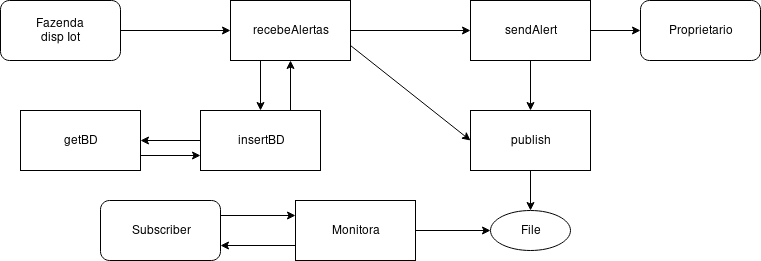
Above: test001/images/Diagrama-Fluxo.png in jonathancardoso/dev-tests (draw.io), before the change. Source tidied: cells renumbered, new cells last; positions are measured from the earlier drawing's top-left corner, leaving out a move shared by most shapes. The source it was exported from:
```xml
<mxGraphModel>
  <root>
    <mxCell id="0" />
    <mxCell id="1" parent="0" />
    <mxCell id="2" value="recebeAlertas" style="rounded=0;whiteSpace=wrap;html=1;" parent="1" vertex="1">
      <mxGeometry x="230" width="120" height="60" as="geometry" />
    </mxCell>
    <mxCell id="3" style="endArrow=classic;html=1;entryX=0;entryY=0.5;entryDx=0;entryDy=0;exitX=1;exitY=0.5;exitDx=0;exitDy=0;" parent="1" edge="1" source="16" target="2">
      <mxGeometry relative="1" as="geometry" />
    </mxCell>
    <mxCell id="4" style="endArrow=classic;html=1;exitX=0.25;exitY=1;exitDx=0;exitDy=0;entryX=0.5;entryY=0;entryDx=0;entryDy=0;" parent="1" edge="1" source="2" target="5">
      <mxGeometry relative="1" as="geometry" />
    </mxCell>
    <mxCell id="5" value="insertBD" style="rounded=0;whiteSpace=wrap;html=1;" parent="1" vertex="1">
      <mxGeometry x="200" y="110" width="120" height="60" as="geometry" />
    </mxCell>
    <mxCell id="6" value="getBD" style="rounded=0;whiteSpace=wrap;html=1;" parent="1" vertex="1">
      <mxGeometry x="20" y="110" width="120" height="60" as="geometry" />
    </mxCell>
    <mxCell id="7" style="endArrow=classic;html=1;exitX=0;exitY=0.5;exitDx=0;exitDy=0;entryX=1;entryY=0.5;entryDx=0;entryDy=0;" parent="1" edge="1" source="5" target="6">
      <mxGeometry relative="1" as="geometry" />
    </mxCell>
    <mxCell id="8" style="endArrow=classic;html=1;exitX=1;exitY=0.75;exitDx=0;exitDy=0;entryX=0;entryY=0.75;entryDx=0;entryDy=0;" parent="1" edge="1" source="6" target="5">
      <mxGeometry relative="1" as="geometry" />
    </mxCell>
    <mxCell id="9" style="endArrow=classic;html=1;exitX=0.75;exitY=0;exitDx=0;exitDy=0;entryX=0.5;entryY=1;entryDx=0;entryDy=0;" parent="1" edge="1" source="5" target="2">
      <mxGeometry relative="1" as="geometry" />
    </mxCell>
    <mxCell id="10" value="sendAlert" style="rounded=0;whiteSpace=wrap;html=1;" parent="1" vertex="1">
      <mxGeometry x="470" width="120" height="60" as="geometry" />
    </mxCell>
    <mxCell id="11" value="publish" style="rounded=0;whiteSpace=wrap;html=1;" parent="1" vertex="1">
      <mxGeometry x="470" y="110" width="120" height="60" as="geometry" />
    </mxCell>
    <mxCell id="12" style="endArrow=classic;html=1;exitX=1;exitY=0.5;exitDx=0;exitDy=0;" parent="1" edge="1" source="2" target="10">
      <mxGeometry relative="1" as="geometry" />
    </mxCell>
    <mxCell id="13" style="endArrow=classic;html=1;exitX=1;exitY=0.75;exitDx=0;exitDy=0;entryX=0;entryY=0.5;entryDx=0;entryDy=0;" parent="1" edge="1" source="2" target="11">
      <mxGeometry relative="1" as="geometry" />
    </mxCell>
    <mxCell id="14" style="endArrow=classic;html=1;exitX=0.5;exitY=1;exitDx=0;exitDy=0;entryX=0.5;entryY=0;entryDx=0;entryDy=0;" parent="1" edge="1" source="10" target="11">
      <mxGeometry relative="1" as="geometry" />
    </mxCell>
    <mxCell id="15" style="endArrow=classic;html=1;exitX=1;exitY=0.5;exitDx=0;exitDy=0;" parent="1" edge="1" source="10" target="17">
      <mxGeometry relative="1" as="geometry" />
    </mxCell>
    <mxCell id="16" value="Fazenda&lt;br&gt;disp Iot" style="rounded=1;whiteSpace=wrap;html=1;" parent="1" vertex="1">
      <mxGeometry width="120" height="60" as="geometry" />
    </mxCell>
    <mxCell id="17" value="Proprietario" style="rounded=1;whiteSpace=wrap;html=1;" parent="1" vertex="1">
      <mxGeometry x="640" width="120" height="60" as="geometry" />
    </mxCell>
    <mxCell id="18" value="Subscriber" style="rounded=1;whiteSpace=wrap;html=1;" parent="1" vertex="1">
      <mxGeometry x="100" y="200" width="120" height="60" as="geometry" />
    </mxCell>
    <mxCell id="19" value="File" style="ellipse;whiteSpace=wrap;html=1;" parent="1" vertex="1">
      <mxGeometry x="490" y="210" width="80" height="40" as="geometry" />
    </mxCell>
    <mxCell id="20" style="endArrow=classic;html=1;exitX=0.5;exitY=1;exitDx=0;exitDy=0;" parent="1" edge="1" source="11" target="19">
      <mxGeometry relative="1" as="geometry" />
    </mxCell>
    <mxCell id="21" value="Monitora" style="rounded=0;whiteSpace=wrap;html=1;" parent="1" vertex="1">
      <mxGeometry x="295" y="200" width="120" height="60" as="geometry" />
    </mxCell>
    <mxCell id="22" style="endArrow=classic;html=1;exitX=1;exitY=0.5;exitDx=0;exitDy=0;" parent="1" edge="1" source="21" target="19">
      <mxGeometry relative="1" as="geometry" />
    </mxCell>
    <mxCell id="23" style="endArrow=classic;html=1;exitX=1;exitY=0.25;exitDx=0;exitDy=0;entryX=0;entryY=0.25;entryDx=0;entryDy=0;" parent="1" edge="1" source="18" target="21">
      <mxGeometry relative="1" as="geometry" />
    </mxCell>
    <mxCell id="24" style="endArrow=classic;html=1;entryX=1;entryY=0.75;entryDx=0;entryDy=0;exitX=0;exitY=0.75;exitDx=0;exitDy=0;" parent="1" edge="1" source="21" target="18">
      <mxGeometry relative="1" as="geometry" />
    </mxCell>
  </root>
</mxGraphModel>
```
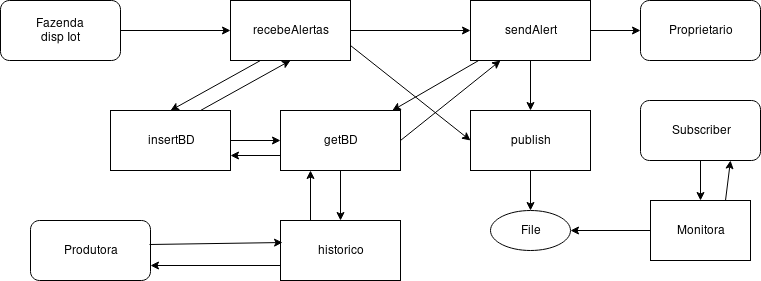
After the change.

Commit message:
Description and Flow chart complete.

Diff of the diagram source:
```diff
@@ -12,15 +12,15 @@
       <mxGeometry relative="1" as="geometry" />
     </mxCell>
     <mxCell id="5" value="insertBD" style="rounded=0;whiteSpace=wrap;html=1;" parent="1" vertex="1">
-      <mxGeometry x="200" y="110" width="120" height="60" as="geometry" />
+      <mxGeometry x="110" y="110" width="120" height="60" as="geometry" />
     </mxCell>
     <mxCell id="6" value="getBD" style="rounded=0;whiteSpace=wrap;html=1;" parent="1" vertex="1">
-      <mxGeometry x="20" y="110" width="120" height="60" as="geometry" />
+      <mxGeometry x="280" y="110" width="120" height="60" as="geometry" />
     </mxCell>
-    <mxCell id="7" style="endArrow=classic;html=1;exitX=0;exitY=0.5;exitDx=0;exitDy=0;entryX=1;entryY=0.5;entryDx=0;entryDy=0;" parent="1" edge="1" source="5" target="6">
+    <mxCell id="7" style="endArrow=classic;html=1;exitX=1;exitY=0.5;exitDx=0;exitDy=0;entryX=0;entryY=0.5;entryDx=0;entryDy=0;" parent="1" edge="1" source="5" target="6">
       <mxGeometry relative="1" as="geometry" />
     </mxCell>
-    <mxCell id="8" style="endArrow=classic;html=1;exitX=1;exitY=0.75;exitDx=0;exitDy=0;entryX=0;entryY=0.75;entryDx=0;entryDy=0;" parent="1" edge="1" source="6" target="5">
+    <mxCell id="8" style="endArrow=classic;html=1;entryX=1;entryY=0.75;entryDx=0;entryDy=0;exitX=0;exitY=0.75;exitDx=0;exitDy=0;" parent="1" edge="1" source="6" target="5">
       <mxGeometry relative="1" as="geometry" />
     </mxCell>
     <mxCell id="9" style="endArrow=classic;html=1;exitX=0.75;exitY=0;exitDx=0;exitDy=0;entryX=0.5;entryY=1;entryDx=0;entryDy=0;" parent="1" edge="1" source="5" target="2">
@@ -51,7 +51,7 @@
       <mxGeometry x="640" width="120" height="60" as="geometry" />
     </mxCell>
     <mxCell id="18" value="Subscriber" style="rounded=1;whiteSpace=wrap;html=1;" parent="1" vertex="1">
-      <mxGeometry x="100" y="200" width="120" height="60" as="geometry" />
+      <mxGeometry x="640" y="100" width="120" height="60" as="geometry" />
     </mxCell>
     <mxCell id="19" value="File" style="ellipse;whiteSpace=wrap;html=1;" parent="1" vertex="1">
       <mxGeometry x="490" y="210" width="80" height="40" as="geometry" />
@@ -60,16 +60,40 @@
       <mxGeometry relative="1" as="geometry" />
     </mxCell>
     <mxCell id="21" value="Monitora" style="rounded=0;whiteSpace=wrap;html=1;" parent="1" vertex="1">
-      <mxGeometry x="295" y="200" width="120" height="60" as="geometry" />
+      <mxGeometry x="650" y="200" width="100" height="60" as="geometry" />
     </mxCell>
-    <mxCell id="22" style="endArrow=classic;html=1;exitX=1;exitY=0.5;exitDx=0;exitDy=0;" parent="1" edge="1" source="21" target="19">
+    <mxCell id="22" style="endArrow=classic;html=1;" parent="1" edge="1" source="21" target="19">
       <mxGeometry relative="1" as="geometry" />
     </mxCell>
-    <mxCell id="23" style="endArrow=classic;html=1;exitX=1;exitY=0.25;exitDx=0;exitDy=0;entryX=0;entryY=0.25;entryDx=0;entryDy=0;" parent="1" edge="1" source="18" target="21">
+    <mxCell id="23" style="endArrow=classic;html=1;exitX=0.5;exitY=1;exitDx=0;exitDy=0;" parent="1" edge="1" source="18" target="21">
       <mxGeometry relative="1" as="geometry" />
     </mxCell>
-    <mxCell id="24" style="endArrow=classic;html=1;entryX=1;entryY=0.75;entryDx=0;entryDy=0;exitX=0;exitY=0.75;exitDx=0;exitDy=0;" parent="1" edge="1" source="21" target="18">
+    <mxCell id="24" style="endArrow=classic;html=1;exitX=0.75;exitY=0;exitDx=0;exitDy=0;entryX=0.75;entryY=1;entryDx=0;entryDy=0;" parent="1" edge="1" source="21" target="18">
       <mxGeometry relative="1" as="geometry" />
     </mxCell>
+    <mxCell id="25" style="endArrow=classic;html=1;" parent="1" edge="1" source="10" target="6">
+      <mxGeometry relative="1" as="geometry" />
+    </mxCell>
+    <mxCell id="26" style="endArrow=classic;html=1;exitX=1;exitY=0.5;exitDx=0;exitDy=0;entryX=0.25;entryY=1;entryDx=0;entryDy=0;" parent="1" edge="1" source="6" target="10">
+      <mxGeometry relative="1" as="geometry" />
+    </mxCell>
+    <mxCell id="27" value="historico" style="rounded=0;whiteSpace=wrap;html=1;" parent="1" vertex="1">
+      <mxGeometry x="280" y="220" width="120" height="60" as="geometry" />
+    </mxCell>
+    <mxCell id="28" value="Produtora" style="rounded=1;whiteSpace=wrap;html=1;" parent="1" vertex="1">
+      <mxGeometry x="30" y="220" width="120" height="60" as="geometry" />
+    </mxCell>
+    <mxCell id="29" style="endArrow=classic;html=1;exitX=0.992;exitY=0.4;exitDx=0;exitDy=0;exitPerimeter=0;entryX=0.017;entryY=0.367;entryDx=0;entryDy=0;entryPerimeter=0;" parent="1" edge="1" source="28" target="27">
+      <mxGeometry relative="1" as="geometry" />
+    </mxCell>
+    <mxCell id="30" style="endArrow=classic;html=1;exitX=0;exitY=0.75;exitDx=0;exitDy=0;entryX=1;entryY=0.75;entryDx=0;entryDy=0;" parent="1" edge="1" source="27" target="28">
+      <mxGeometry relative="1" as="geometry" />
+    </mxCell>
+    <mxCell id="31" style="endArrow=classic;html=1;exitX=0.25;exitY=0;exitDx=0;exitDy=0;entryX=0.25;entryY=1;entryDx=0;entryDy=0;" parent="1" edge="1" source="27" target="6">
+      <mxGeometry relative="1" as="geometry" />
+    </mxCell>
+    <mxCell id="32" style="endArrow=classic;html=1;entryX=0.5;entryY=0;entryDx=0;entryDy=0;exitX=0.5;exitY=1;exitDx=0;exitDy=0;" parent="1" edge="1" source="6" target="27">
+      <mxGeometry relative="1" as="geometry" />
+    </mxCell>
   </root>
 </mxGraphModel>
```
